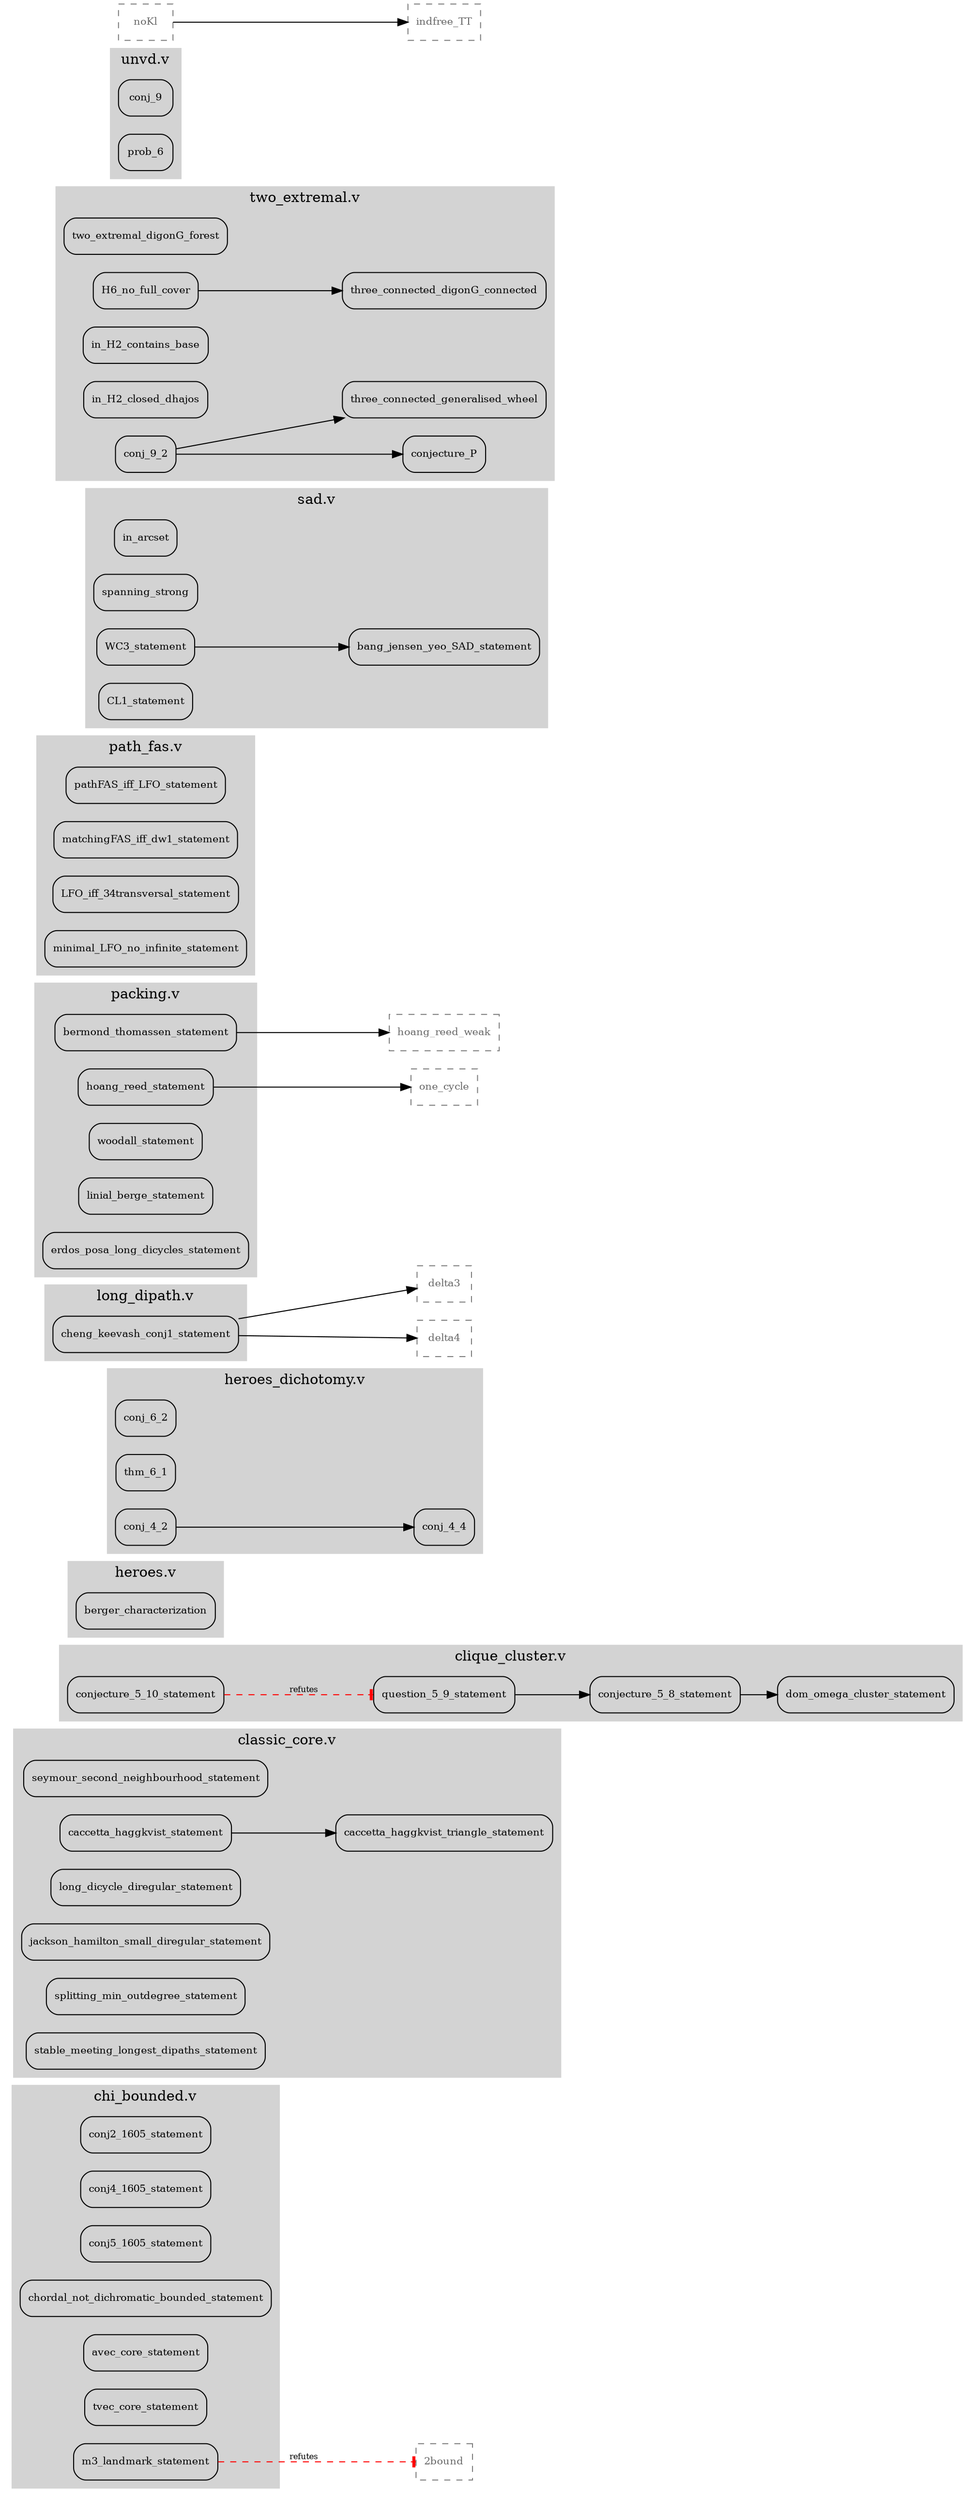
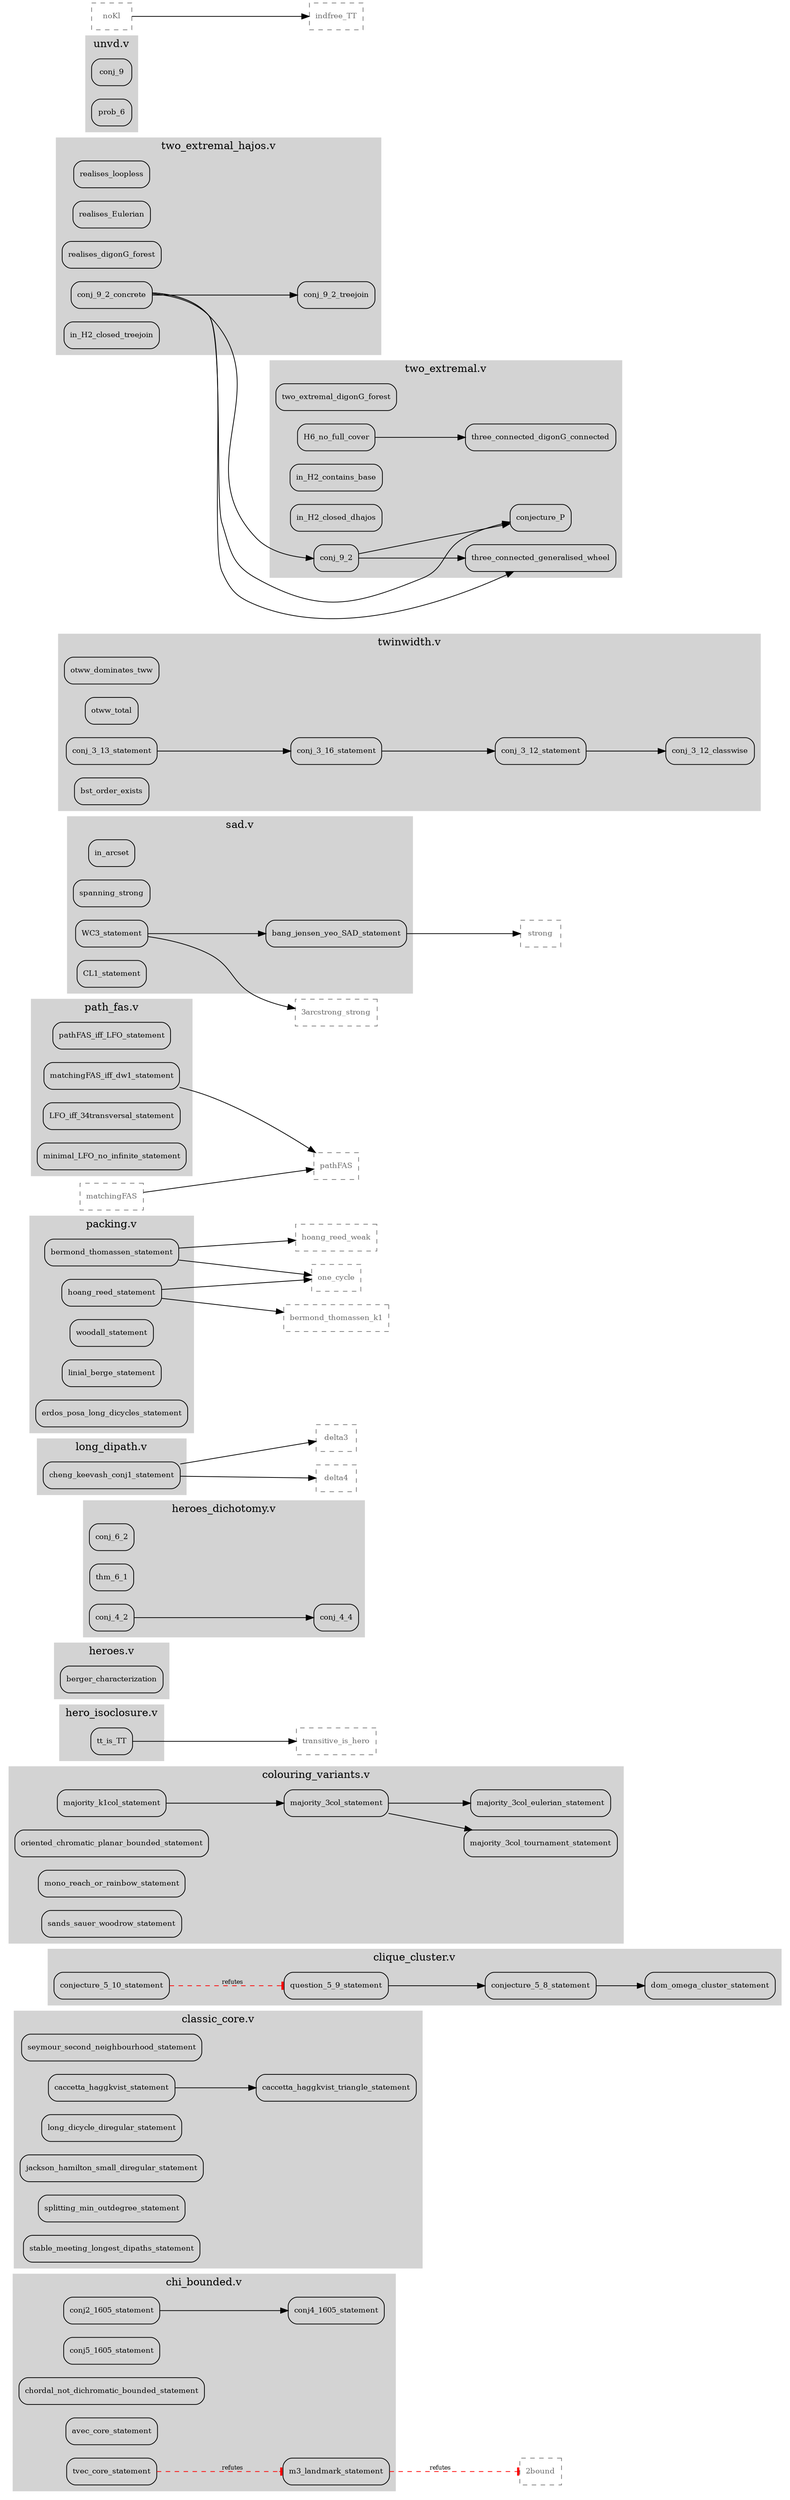
digraph conjecture_dependencies {
  rankdir=LR;
  node [shape=box, style=rounded, fontsize=10];
  edge [fontsize=8];
  subgraph cluster_0 {
    label="chi_bounded.v"; style=filled; color=lightgrey;
    "conj2_1605_statement";
    "conj4_1605_statement";
    "conj5_1605_statement";
    "chordal_not_dichromatic_bounded_statement";
    "avec_core_statement";
    "tvec_core_statement";
    "m3_landmark_statement";
  }
  subgraph cluster_1 {
    label="classic_core.v"; style=filled; color=lightgrey;
    "seymour_second_neighbourhood_statement";
    "caccetta_haggkvist_statement";
    "caccetta_haggkvist_triangle_statement";
    "long_dicycle_diregular_statement";
    "jackson_hamilton_small_diregular_statement";
    "splitting_min_outdegree_statement";
    "stable_meeting_longest_dipaths_statement";
  }
  subgraph cluster_2 {
    label="clique_cluster.v"; style=filled; color=lightgrey;
    "conjecture_5_10_statement";
    "question_5_9_statement";
    "conjecture_5_8_statement";
    "dom_omega_cluster_statement";
  }
  subgraph cluster_3 {
+     label="colouring_variants.v"; style=filled; color=lightgrey;
+     "majority_3col_statement";
+     "majority_k1col_statement";
+     "majority_3col_tournament_statement";
+     "majority_3col_eulerian_statement";
+     "oriented_chromatic_planar_bounded_statement";
+     "mono_reach_or_rainbow_statement";
+     "sands_sauer_woodrow_statement";
+   }
+   subgraph cluster_4 {
+     label="hero_isoclosure.v"; style=filled; color=lightgrey;
+     "tt_is_TT";
+   }
+   subgraph cluster_5 {
    label="heroes.v"; style=filled; color=lightgrey;
    "berger_characterization";
  }
-   subgraph cluster_4 {
+   subgraph cluster_6 {
    label="heroes_dichotomy.v"; style=filled; color=lightgrey;
    "conj_6_2";
    "thm_6_1";
    "conj_4_4";
    "conj_4_2";
  }
-   subgraph cluster_5 {
+   subgraph cluster_7 {
    label="long_dipath.v"; style=filled; color=lightgrey;
    "cheng_keevash_conj1_statement";
  }
-   subgraph cluster_6 {
+   subgraph cluster_8 {
    label="packing.v"; style=filled; color=lightgrey;
    "bermond_thomassen_statement";
    "hoang_reed_statement";
    "woodall_statement";
    "linial_berge_statement";
    "erdos_posa_long_dicycles_statement";
  }
-   subgraph cluster_7 {
+   subgraph cluster_9 {
    label="path_fas.v"; style=filled; color=lightgrey;
    "pathFAS_iff_LFO_statement";
    "matchingFAS_iff_dw1_statement";
    "LFO_iff_34transversal_statement";
    "minimal_LFO_no_infinite_statement";
  }
-   subgraph cluster_8 {
+   subgraph cluster_10 {
    label="sad.v"; style=filled; color=lightgrey;
    "in_arcset";
    "spanning_strong";
    "bang_jensen_yeo_SAD_statement";
    "WC3_statement";
    "CL1_statement";
  }
-   subgraph cluster_9 {
+   subgraph cluster_11 {
+     label="twinwidth.v"; style=filled; color=lightgrey;
+     "conj_3_12_statement";
+     "conj_3_12_classwise";
+     "otww_dominates_tww";
+     "otww_total";
+     "conj_3_13_statement";
+     "bst_order_exists";
+     "conj_3_16_statement";
+   }
+   subgraph cluster_12 {
    label="two_extremal.v"; style=filled; color=lightgrey;
    "conjecture_P";
    "two_extremal_digonG_forest";
    "three_connected_digonG_connected";
    "H6_no_full_cover";
    "three_connected_generalised_wheel";
    "in_H2_contains_base";
    "in_H2_closed_dhajos";
    "conj_9_2";
  }
-   subgraph cluster_10 {
+   subgraph cluster_13 {
+     label="two_extremal_hajos.v"; style=filled; color=lightgrey;
+     "realises_loopless";
+     "realises_Eulerian";
+     "realises_digonG_forest";
+     "conj_9_2_concrete";
+     "in_H2_closed_treejoin";
+     "conj_9_2_treejoin";
+   }
+   subgraph cluster_14 {
    label="unvd.v"; style=filled; color=lightgrey;
    "conj_9";
    "prob_6";
  }
  "2bound" [style=dashed, color=gray50, fontcolor=gray40];
+   "3arcstrong_strong" [style=dashed, color=gray50, fontcolor=gray40];
+   "bermond_thomassen_k1" [style=dashed, color=gray50, fontcolor=gray40];
  "delta3" [style=dashed, color=gray50, fontcolor=gray40];
  "delta4" [style=dashed, color=gray50, fontcolor=gray40];
  "hoang_reed_weak" [style=dashed, color=gray50, fontcolor=gray40];
  "indfree_TT" [style=dashed, color=gray50, fontcolor=gray40];
+   "matchingFAS" [style=dashed, color=gray50, fontcolor=gray40];
  "noKl" [style=dashed, color=gray50, fontcolor=gray40];
  "one_cycle" [style=dashed, color=gray50, fontcolor=gray40];
+   "pathFAS" [style=dashed, color=gray50, fontcolor=gray40];
+   "strong" [style=dashed, color=gray50, fontcolor=gray40];
+   "transitive_is_hero" [style=dashed, color=gray50, fontcolor=gray40];
  "m3_landmark_statement" -> "2bound" [color=red, style=dashed, arrowhead=tee, label="refutes"];
  "conjecture_5_10_statement" -> "question_5_9_statement" [color=red, style=dashed, arrowhead=tee, label="refutes"];
  "question_5_9_statement" -> "conjecture_5_8_statement" [color=black];
  "conjecture_5_8_statement" -> "dom_omega_cluster_statement" [color=black];
+   "majority_k1col_statement" -> "majority_3col_statement" [color=black];
+   "majority_3col_statement" -> "majority_3col_tournament_statement" [color=black];
+   "majority_3col_statement" -> "majority_3col_eulerian_statement" [color=black];
+   "tt_is_TT" -> "transitive_is_hero" [color=black];
  "caccetta_haggkvist_statement" -> "caccetta_haggkvist_triangle_statement" [color=black];
  "noKl" -> "indfree_TT" [color=black];
  "conj_4_2" -> "conj_4_4" [color=black];
+   "conj2_1605_statement" -> "conj4_1605_statement" [color=black];
+   "tvec_core_statement" -> "m3_landmark_statement" [color=red, style=dashed, arrowhead=tee, label="refutes"];
+   "bermond_thomassen_statement" -> "one_cycle" [color=black];
+   "hoang_reed_statement" -> "bermond_thomassen_k1" [color=black];
+   "bang_jensen_yeo_SAD_statement" -> "strong" [color=black];
+   "WC3_statement" -> "3arcstrong_strong" [color=black];
+   "matchingFAS" -> "pathFAS" [color=black];
+   "matchingFAS_iff_dw1_statement" -> "pathFAS" [color=black];
  "cheng_keevash_conj1_statement" -> "delta3" [color=black];
  "cheng_keevash_conj1_statement" -> "delta4" [color=black];
  "bermond_thomassen_statement" -> "hoang_reed_weak" [color=black];
  "hoang_reed_statement" -> "one_cycle" [color=black];
  "WC3_statement" -> "bang_jensen_yeo_SAD_statement" [color=black];
+   "conj_3_13_statement" -> "conj_3_16_statement" [color=black];
+   "conj_3_16_statement" -> "conj_3_12_statement" [color=black];
+   "conj_3_12_statement" -> "conj_3_12_classwise" [color=black];
  "conj_9_2" -> "conjecture_P" [color=black];
  "conj_9_2" -> "three_connected_generalised_wheel" [color=black];
  "H6_no_full_cover" -> "three_connected_digonG_connected" [color=black];
+   "conj_9_2_concrete" -> "conj_9_2" [color=black];
+   "conj_9_2_concrete" -> "conj_9_2_treejoin" [color=black];
+   "conj_9_2_concrete" -> "conjecture_P" [color=black];
+   "conj_9_2_concrete" -> "three_connected_generalised_wheel" [color=black];
}
